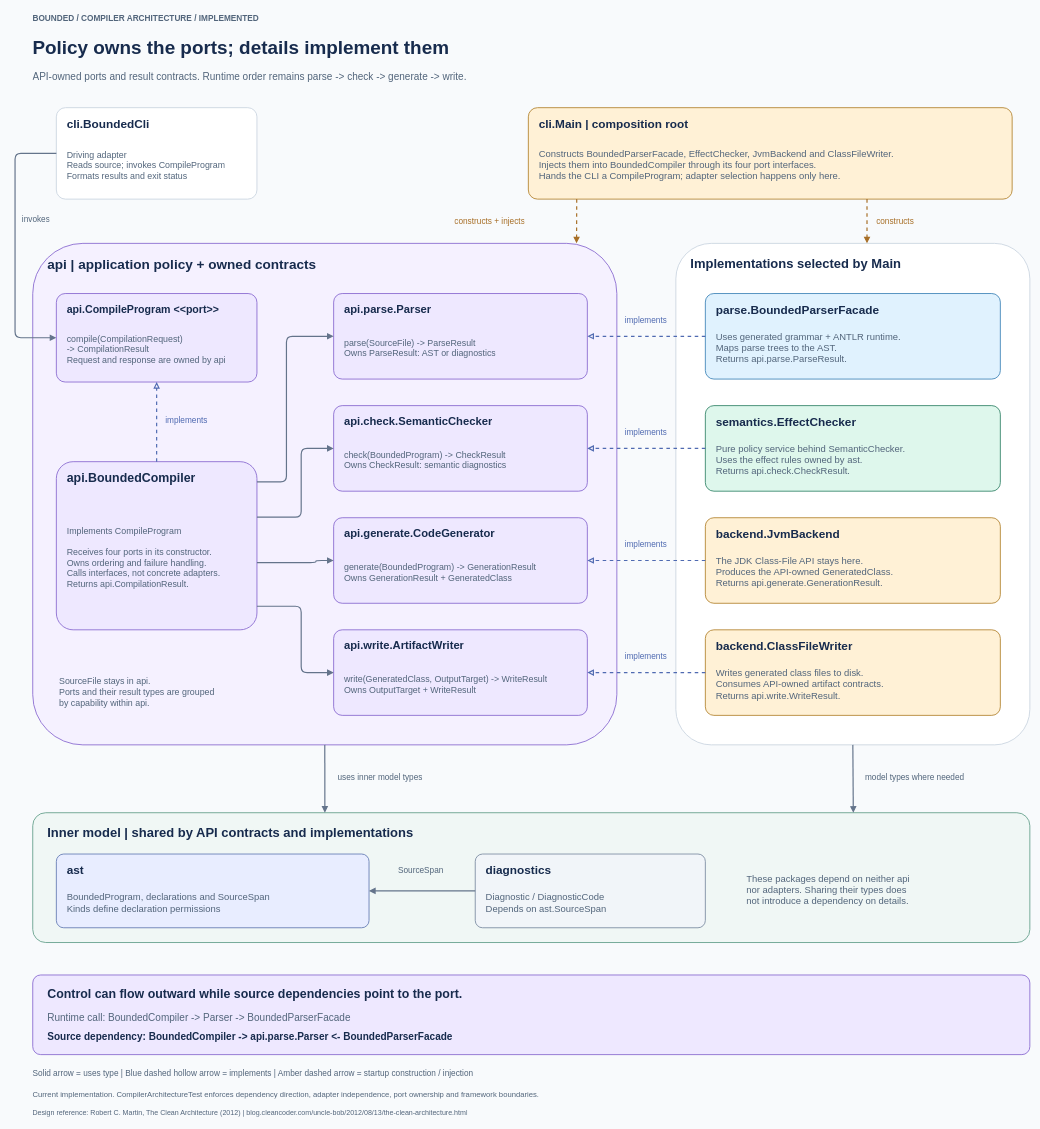
Above: docs/architecture.drawio in SirSkaro/bounded (draw.io), before the change. Source tidied: cells renumbered, new cells numbered last; positions are measured from the earlier drawing's top-left corner, leaving out a move shared by most shapes. Both pictures are drawn from the tidied source at 59%, with x=0, y=0 at pixel (15, 10).
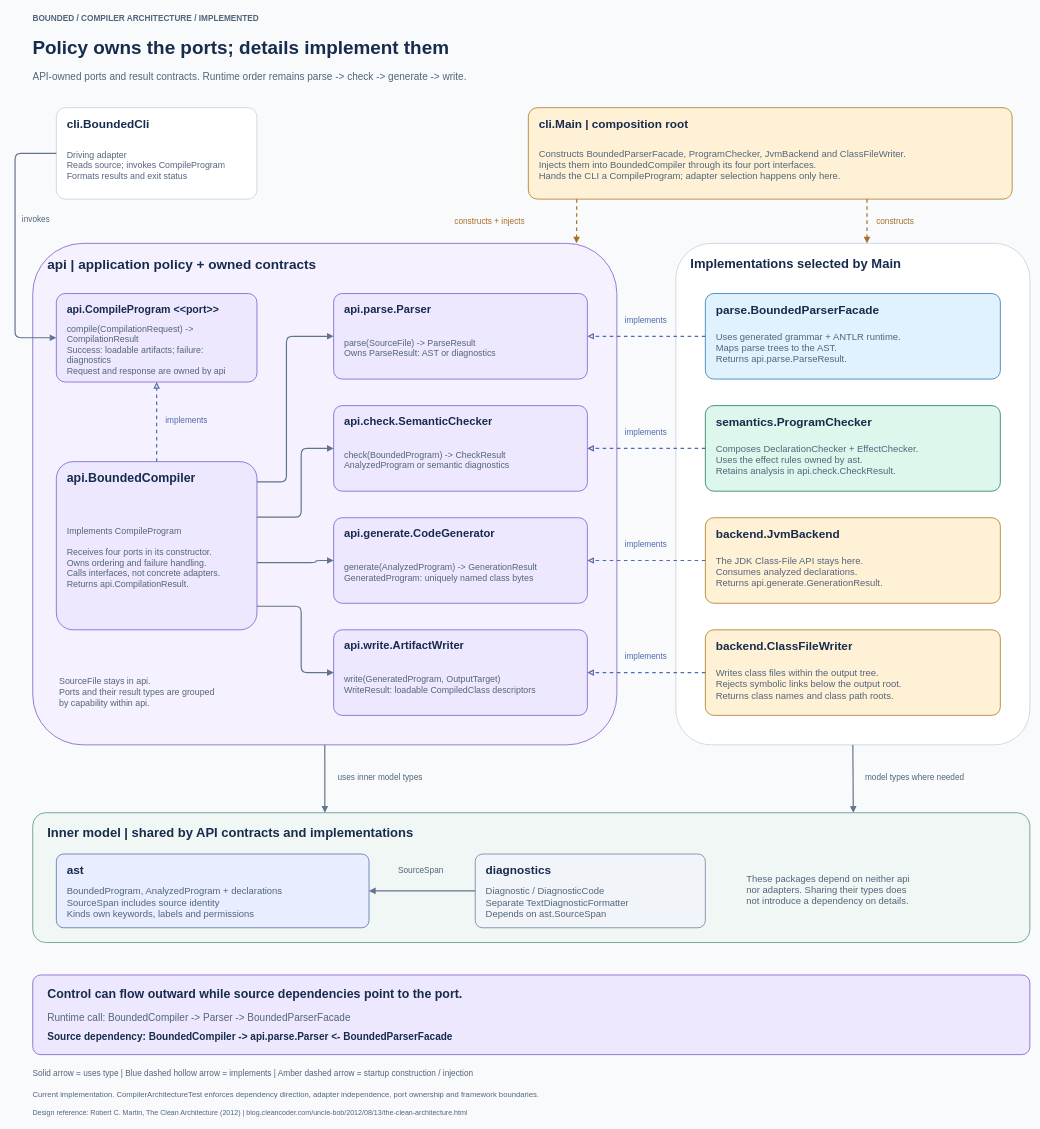
The same diagram, later.

Unchanged cells that the change refers to:
```xml
<mxCell id="8" style="rounded=1;whiteSpace=wrap;html=0;arcSize=10;fillColor=#FFF1D6;strokeColor=#B58635;strokeWidth=1.5;fontFamily=Helvetica;fontColor=#172B4D;dashed=0;" parent="1" vertex="1">
  <mxGeometry x="870" y="165" width="820" height="155" as="geometry" />
</mxCell>
<mxCell id="15" style="rounded=1;whiteSpace=wrap;html=0;arcSize=10;fillColor=#EEE8FF;strokeColor=#8B6CD1;strokeWidth=1.5;fontFamily=Helvetica;fontColor=#172B4D;dashed=0;" parent="1" vertex="1">
  <mxGeometry x="70" y="480" width="340" height="150" as="geometry" />
</mxCell>
<mxCell id="25" style="rounded=1;whiteSpace=wrap;html=0;arcSize=10;fillColor=#EEE8FF;strokeColor=#8B6CD1;strokeWidth=1.5;fontFamily=Helvetica;fontColor=#172B4D;dashed=0;" parent="1" vertex="1">
  <mxGeometry x="540" y="670" width="430" height="145" as="geometry" />
</mxCell>
<mxCell id="28" style="rounded=1;whiteSpace=wrap;html=0;arcSize=10;fillColor=#EEE8FF;strokeColor=#8B6CD1;strokeWidth=1.5;fontFamily=Helvetica;fontColor=#172B4D;dashed=0;" parent="1" vertex="1">
  <mxGeometry x="540" y="860" width="430" height="145" as="geometry" />
</mxCell>
<mxCell id="31" style="rounded=1;whiteSpace=wrap;html=0;arcSize=10;fillColor=#EEE8FF;strokeColor=#8B6CD1;strokeWidth=1.5;fontFamily=Helvetica;fontColor=#172B4D;dashed=0;" parent="1" vertex="1">
  <mxGeometry x="540" y="1050" width="430" height="145" as="geometry" />
</mxCell>
<mxCell id="37" style="rounded=1;whiteSpace=wrap;html=0;arcSize=10;fillColor=#DEF7EC;strokeColor=#39876C;strokeWidth=1.5;fontFamily=Helvetica;fontColor=#172B4D;dashed=0;" parent="1" vertex="1">
  <mxGeometry x="1170" y="670" width="500" height="145" as="geometry" />
</mxCell>
<mxCell id="40" style="rounded=1;whiteSpace=wrap;html=0;arcSize=10;fillColor=#FFF1D6;strokeColor=#B58635;strokeWidth=1.5;fontFamily=Helvetica;fontColor=#172B4D;dashed=0;" parent="1" vertex="1">
  <mxGeometry x="1170" y="860" width="500" height="145" as="geometry" />
</mxCell>
<mxCell id="43" style="rounded=1;whiteSpace=wrap;html=0;arcSize=10;fillColor=#FFF1D6;strokeColor=#B58635;strokeWidth=1.5;fontFamily=Helvetica;fontColor=#172B4D;dashed=0;" parent="1" vertex="1">
  <mxGeometry x="1170" y="1050" width="500" height="145" as="geometry" />
</mxCell>
<mxCell id="68" style="rounded=1;whiteSpace=wrap;html=0;arcSize=10;fillColor=#E8EDFF;strokeColor=#677DB5;strokeWidth=1.5;fontFamily=Helvetica;fontColor=#172B4D;dashed=0;" parent="1" vertex="1">
  <mxGeometry x="70" y="1430" width="530" height="125" as="geometry" />
</mxCell>
<mxCell id="71" style="rounded=1;whiteSpace=wrap;html=0;arcSize=10;fillColor=#F1F5F9;strokeColor=#7D8DA2;strokeWidth=1.5;fontFamily=Helvetica;fontColor=#172B4D;dashed=0;" parent="1" vertex="1">
  <mxGeometry x="780" y="1430" width="390" height="125" as="geometry" />
</mxCell>
```

The edit, as a diff of the source:
```diff
@@
-    <mxCell id="10" value="Constructs BoundedParserFacade, EffectChecker, JvmBackend and ClassFileWriter.&#10;Injects them into BoundedCompiler through its four port interfaces.&#10;Hands the CLI a CompileProgram; adapter selection happens only here." style="text;html=0;whiteSpace=wrap;overflow=hidden;strokeColor=none;fillColor=none;fontFamily=Helvetica;fontSize=16;fontColor=#52657B;fontStyle=0;align=left;verticalAlign=middle;spacing=0;" parent="8" vertex="1">
+    <mxCell id="10" value="Constructs BoundedParserFacade, ProgramChecker, JvmBackend and ClassFileWriter.&#10;Injects them into BoundedCompiler through its four port interfaces.&#10;Hands the CLI a CompileProgram; adapter selection happens only here." style="text;html=0;whiteSpace=wrap;overflow=hidden;strokeColor=none;fillColor=none;fontFamily=Helvetica;fontSize=16;fontColor=#52657B;fontStyle=0;align=left;verticalAlign=middle;spacing=0;" parent="8" vertex="1">
       <mxGeometry x="18" y="50" width="784" height="93" as="geometry" />
     </mxCell>
@@
-    <mxCell id="17" value="compile(CompilationRequest)&#10;    -&gt; CompilationResult&#10;Request and response are owned by api" style="text;html=0;whiteSpace=wrap;overflow=hidden;strokeColor=none;fillColor=none;fontFamily=Helvetica;fontSize=15;fontColor=#52657B;fontStyle=0;align=left;verticalAlign=middle;spacing=0;" parent="15" vertex="1">
+    <mxCell id="17" value="compile(CompilationRequest) -&gt; CompilationResult&#10;Success: loadable artifacts; failure: diagnostics&#10;Request and response are owned by api" style="text;html=0;whiteSpace=wrap;overflow=hidden;strokeColor=none;fillColor=none;fontFamily=Helvetica;fontSize=15;fontColor=#52657B;fontStyle=0;align=left;verticalAlign=middle;spacing=0;" parent="15" vertex="1">
       <mxGeometry x="18" y="50" width="304" height="88" as="geometry" />
     </mxCell>
@@
-    <mxCell id="27" value="check(BoundedProgram) -&gt; CheckResult&#10;Owns CheckResult: semantic diagnostics" style="text;html=0;whiteSpace=wrap;overflow=hidden;strokeColor=none;fillColor=none;fontFamily=Helvetica;fontSize=15;fontColor=#52657B;fontStyle=0;align=left;verticalAlign=middle;spacing=0;" parent="25" vertex="1">
+    <mxCell id="27" value="check(BoundedProgram) -&gt; CheckResult&#10;AnalyzedProgram or semantic diagnostics" style="text;html=0;whiteSpace=wrap;overflow=hidden;strokeColor=none;fillColor=none;fontFamily=Helvetica;fontSize=15;fontColor=#52657B;fontStyle=0;align=left;verticalAlign=middle;spacing=0;" parent="25" vertex="1">
       <mxGeometry x="18" y="50" width="394" height="83" as="geometry" />
     </mxCell>
@@
-    <mxCell id="30" value="generate(BoundedProgram) -&gt; GenerationResult&#10;Owns GenerationResult + GeneratedClass" style="text;html=0;whiteSpace=wrap;overflow=hidden;strokeColor=none;fillColor=none;fontFamily=Helvetica;fontSize=15;fontColor=#52657B;fontStyle=0;align=left;verticalAlign=middle;spacing=0;" parent="28" vertex="1">
+    <mxCell id="30" value="generate(AnalyzedProgram) -&gt; GenerationResult&#10;GeneratedProgram: uniquely named class bytes" style="text;html=0;whiteSpace=wrap;overflow=hidden;strokeColor=none;fillColor=none;fontFamily=Helvetica;fontSize=15;fontColor=#52657B;fontStyle=0;align=left;verticalAlign=middle;spacing=0;" parent="28" vertex="1">
       <mxGeometry x="18" y="50" width="394" height="83" as="geometry" />
     </mxCell>
@@
-    <mxCell id="33" value="write(GeneratedClass, OutputTarget) -&gt; WriteResult&#10;Owns OutputTarget + WriteResult" style="text;html=0;whiteSpace=wrap;overflow=hidden;strokeColor=none;fillColor=none;fontFamily=Helvetica;fontSize=15;fontColor=#52657B;fontStyle=0;align=left;verticalAlign=middle;spacing=0;" parent="31" vertex="1">
+    <mxCell id="33" value="write(GeneratedProgram, OutputTarget)&#10;WriteResult: loadable CompiledClass descriptors" style="text;html=0;whiteSpace=wrap;overflow=hidden;strokeColor=none;fillColor=none;fontFamily=Helvetica;fontSize=15;fontColor=#52657B;fontStyle=0;align=left;verticalAlign=middle;spacing=0;" parent="31" vertex="1">
       <mxGeometry x="18" y="50" width="394" height="83" as="geometry" />
     </mxCell>
@@
-    <mxCell id="38" value="semantics.EffectChecker" style="text;html=0;whiteSpace=wrap;overflow=hidden;strokeColor=none;fillColor=none;fontFamily=Helvetica;fontSize=20;fontColor=#172B4D;fontStyle=1;align=left;verticalAlign=middle;spacing=0;" parent="37" vertex="1">
+    <mxCell id="38" value="semantics.ProgramChecker" style="text;html=0;whiteSpace=wrap;overflow=hidden;strokeColor=none;fillColor=none;fontFamily=Helvetica;fontSize=20;fontColor=#172B4D;fontStyle=1;align=left;verticalAlign=middle;spacing=0;" parent="37" vertex="1">
       <mxGeometry x="18" y="12" width="464" height="30" as="geometry" />
     </mxCell>
-    <mxCell id="39" value="Pure policy service behind SemanticChecker.&#10;Uses the effect rules owned by ast.&#10;Returns api.check.CheckResult." style="text;html=0;whiteSpace=wrap;overflow=hidden;strokeColor=none;fillColor=none;fontFamily=Helvetica;fontSize=16;fontColor=#52657B;fontStyle=0;align=left;verticalAlign=middle;spacing=0;" parent="37" vertex="1">
+    <mxCell id="39" value="Composes DeclarationChecker + EffectChecker.&#10;Uses the effect rules owned by ast.&#10;Retains analysis in api.check.CheckResult." style="text;html=0;whiteSpace=wrap;overflow=hidden;strokeColor=none;fillColor=none;fontFamily=Helvetica;fontSize=16;fontColor=#52657B;fontStyle=0;align=left;verticalAlign=middle;spacing=0;" parent="37" vertex="1">
       <mxGeometry x="18" y="50" width="464" height="83" as="geometry" />
     </mxCell>
@@
-    <mxCell id="42" value="The JDK Class-File API stays here.&#10;Produces the API-owned GeneratedClass.&#10;Returns api.generate.GenerationResult." style="text;html=0;whiteSpace=wrap;overflow=hidden;strokeColor=none;fillColor=none;fontFamily=Helvetica;fontSize=16;fontColor=#52657B;fontStyle=0;align=left;verticalAlign=middle;spacing=0;" parent="40" vertex="1">
+    <mxCell id="42" value="The JDK Class-File API stays here.&#10;Consumes analyzed declarations.&#10;Returns api.generate.GenerationResult." style="text;html=0;whiteSpace=wrap;overflow=hidden;strokeColor=none;fillColor=none;fontFamily=Helvetica;fontSize=16;fontColor=#52657B;fontStyle=0;align=left;verticalAlign=middle;spacing=0;" parent="40" vertex="1">
       <mxGeometry x="18" y="50" width="464" height="83" as="geometry" />
     </mxCell>
@@
-    <mxCell id="45" value="Writes generated class files to disk.&#10;Consumes API-owned artifact contracts.&#10;Returns api.write.WriteResult." style="text;html=0;whiteSpace=wrap;overflow=hidden;strokeColor=none;fillColor=none;fontFamily=Helvetica;fontSize=16;fontColor=#52657B;fontStyle=0;align=left;verticalAlign=middle;spacing=0;" parent="43" vertex="1">
+    <mxCell id="45" value="Writes class files within the output tree.&#10;Rejects symbolic links below the output root.&#10;Returns class names and class path roots." style="text;html=0;whiteSpace=wrap;overflow=hidden;strokeColor=none;fillColor=none;fontFamily=Helvetica;fontSize=16;fontColor=#52657B;fontStyle=0;align=left;verticalAlign=middle;spacing=0;" parent="43" vertex="1">
       <mxGeometry x="18" y="50" width="464" height="83" as="geometry" />
     </mxCell>
@@
-    <mxCell id="70" value="BoundedProgram, declarations and SourceSpan&#10;Kinds define declaration permissions" style="text;html=0;whiteSpace=wrap;overflow=hidden;strokeColor=none;fillColor=none;fontFamily=Helvetica;fontSize=16;fontColor=#52657B;fontStyle=0;align=left;verticalAlign=middle;spacing=0;" parent="68" vertex="1">
+    <mxCell id="70" value="BoundedProgram, AnalyzedProgram + declarations&#10;SourceSpan includes source identity&#10;Kinds own keywords, labels and permissions" style="text;html=0;whiteSpace=wrap;overflow=hidden;strokeColor=none;fillColor=none;fontFamily=Helvetica;fontSize=16;fontColor=#52657B;fontStyle=0;align=left;verticalAlign=middle;spacing=0;" parent="68" vertex="1">
       <mxGeometry x="18" y="50" width="494" height="63" as="geometry" />
     </mxCell>
@@
-    <mxCell id="73" value="Diagnostic / DiagnosticCode&#10;Depends on ast.SourceSpan" style="text;html=0;whiteSpace=wrap;overflow=hidden;strokeColor=none;fillColor=none;fontFamily=Helvetica;fontSize=16;fontColor=#52657B;fontStyle=0;align=left;verticalAlign=middle;spacing=0;" parent="71" vertex="1">
+    <mxCell id="73" value="Diagnostic / DiagnosticCode&#10;Separate TextDiagnosticFormatter&#10;Depends on ast.SourceSpan" style="text;html=0;whiteSpace=wrap;overflow=hidden;strokeColor=none;fillColor=none;fontFamily=Helvetica;fontSize=16;fontColor=#52657B;fontStyle=0;align=left;verticalAlign=middle;spacing=0;" parent="71" vertex="1">
       <mxGeometry x="18" y="50" width="354" height="63" as="geometry" />
     </mxCell>
```
